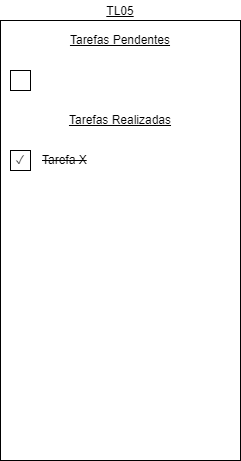
Earlier version of the draw.io export prototipos/TL05.png (Iannarelli/roteiro01). Source tidied: cells renumbered, new cells last; positions are measured from the earlier drawing's top-left corner, leaving out a move shared by most shapes. The source it was exported from:
```xml
<mxGraphModel>
  <root>
    <mxCell id="0" />
    <mxCell id="1" parent="0" />
    <mxCell id="2" style="rounded=0;whiteSpace=wrap;html=1;" parent="1" vertex="1">
      <mxGeometry y="20" width="240" height="440" as="geometry" />
    </mxCell>
    <mxCell id="3" value="Tarefas Pendentes" style="text;html=1;align=center;verticalAlign=middle;whiteSpace=wrap;rounded=0;fontStyle=4;" parent="1" vertex="1">
      <mxGeometry y="20" width="240" height="40" as="geometry" />
    </mxCell>
    <mxCell id="4" value="&lt;strike&gt;Tarefa X&lt;/strike&gt;" style="text;html=1;align=left;verticalAlign=middle;whiteSpace=wrap;rounded=0;" parent="1" vertex="1">
      <mxGeometry x="40" y="140" width="180" height="40" as="geometry" />
    </mxCell>
    <mxCell id="5" style="whiteSpace=wrap;html=1;" parent="1" vertex="1">
      <mxGeometry x="10" y="70" width="20" height="20" as="geometry" />
    </mxCell>
    <mxCell id="6" style="whiteSpace=wrap;html=1;" parent="1" vertex="1">
      <mxGeometry x="10" y="150" width="20" height="20" as="geometry" />
    </mxCell>
    <mxCell id="7" value="Tarefas Realizadas" style="text;html=1;align=center;verticalAlign=middle;whiteSpace=wrap;rounded=0;fontStyle=4;" parent="1" vertex="1">
      <mxGeometry y="100" width="240" height="40" as="geometry" />
    </mxCell>
    <mxCell id="8" value="TL05" style="text;html=1;align=center;verticalAlign=bottom;whiteSpace=wrap;rounded=0;fontStyle=4;" parent="1" vertex="1">
      <mxGeometry width="240" height="20" as="geometry" />
    </mxCell>
    <mxCell id="9" value="✓" style="text;html=1;align=center;verticalAlign=middle;whiteSpace=wrap;rounded=0;" parent="1" vertex="1">
      <mxGeometry x="10" y="150" width="20" height="20" as="geometry" />
    </mxCell>
  </root>
</mxGraphModel>
```
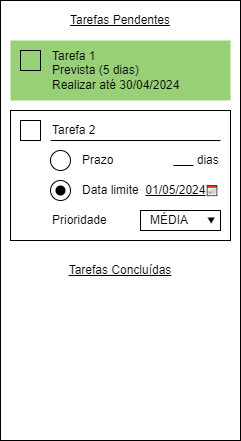
The same diagram one commit later.

What changed in the source:
```diff
@@ -3,28 +3,58 @@
     <mxCell id="0" />
     <mxCell id="1" parent="0" />
     <mxCell id="2" style="rounded=0;whiteSpace=wrap;html=1;" parent="1" vertex="1">
-      <mxGeometry y="20" width="240" height="440" as="geometry" />
+      <mxGeometry x="-260" y="20" width="240" height="440" as="geometry" />
     </mxCell>
     <mxCell id="3" value="Tarefas Pendentes" style="text;html=1;align=center;verticalAlign=middle;whiteSpace=wrap;rounded=0;fontStyle=4;" parent="1" vertex="1">
-      <mxGeometry y="20" width="240" height="40" as="geometry" />
+      <mxGeometry x="-260" y="20" width="240" height="40" as="geometry" />
     </mxCell>
-    <mxCell id="4" value="&lt;strike&gt;Tarefa X&lt;/strike&gt;" style="text;html=1;align=left;verticalAlign=middle;whiteSpace=wrap;rounded=0;" parent="1" vertex="1">
-      <mxGeometry x="40" y="140" width="180" height="40" as="geometry" />
+    <mxCell id="4" value="Tarefas Concluídas" style="text;html=1;align=center;verticalAlign=middle;whiteSpace=wrap;rounded=0;fontStyle=4;fontColor=default;" parent="1" vertex="1">
+      <mxGeometry x="-260" y="270" width="240" height="40" as="geometry" />
     </mxCell>
-    <mxCell id="5" style="whiteSpace=wrap;html=1;" parent="1" vertex="1">
-      <mxGeometry x="10" y="70" width="20" height="20" as="geometry" />
+    <mxCell id="5" style="rounded=0;whiteSpace=wrap;html=1;fillColor=#97D077;strokeColor=none;gradientColor=none;fontColor=default;" parent="1" vertex="1">
+      <mxGeometry x="-250" y="60" width="220" height="60" as="geometry" />
     </mxCell>
-    <mxCell id="6" style="whiteSpace=wrap;html=1;" parent="1" vertex="1">
-      <mxGeometry x="10" y="150" width="20" height="20" as="geometry" />
+    <mxCell id="6" style="whiteSpace=wrap;html=1;fillColor=none;strokeColor=#000000;fontColor=default;" parent="1" vertex="1">
+      <mxGeometry x="-240" y="70" width="20" height="20" as="geometry" />
     </mxCell>
-    <mxCell id="7" value="Tarefas Realizadas" style="text;html=1;align=center;verticalAlign=middle;whiteSpace=wrap;rounded=0;fontStyle=4;" parent="1" vertex="1">
-      <mxGeometry y="100" width="240" height="40" as="geometry" />
+    <mxCell id="7" value="&lt;span style=&quot;font-style: normal;&quot;&gt;&lt;font&gt;Tarefa 1&lt;br&gt;Prevista (5 dias)&lt;br&gt;Realizar até 30/04/2024&lt;br&gt;&lt;/font&gt;&lt;/span&gt;" style="text;html=1;align=left;verticalAlign=middle;whiteSpace=wrap;rounded=0;fontStyle=2;fontColor=default;" parent="1" vertex="1">
+      <mxGeometry x="-210" y="70" width="170" height="40" as="geometry" />
     </mxCell>
-    <mxCell id="8" value="TL05" style="text;html=1;align=center;verticalAlign=bottom;whiteSpace=wrap;rounded=0;fontStyle=4;" parent="1" vertex="1">
-      <mxGeometry width="240" height="20" as="geometry" />
+    <mxCell id="8" style="rounded=0;whiteSpace=wrap;html=1;fontColor=default;" parent="1" vertex="1">
+      <mxGeometry x="-250" y="130" width="220" height="130" as="geometry" />
     </mxCell>
-    <mxCell id="9" value="✓" style="text;html=1;align=center;verticalAlign=middle;whiteSpace=wrap;rounded=0;" parent="1" vertex="1">
-      <mxGeometry x="10" y="150" width="20" height="20" as="geometry" />
+    <mxCell id="9" style="whiteSpace=wrap;html=1;fontColor=default;" parent="1" vertex="1">
+      <mxGeometry x="-240" y="140" width="20" height="20" as="geometry" />
     </mxCell>
+    <mxCell id="10" value="&lt;span style=&quot;font-style: normal;&quot;&gt;&lt;font&gt;Tarefa 2&lt;/font&gt;&lt;/span&gt;" style="text;html=1;align=left;verticalAlign=middle;whiteSpace=wrap;rounded=0;fontStyle=2;fontColor=default;" parent="1" vertex="1">
+      <mxGeometry x="-210" y="140" width="170" height="20" as="geometry" />
+    </mxCell>
+    <mxCell id="11" style="ellipse;whiteSpace=wrap;html=1;fontColor=default;" parent="1" vertex="1">
+      <mxGeometry x="-210" y="170" width="20" height="20" as="geometry" />
+    </mxCell>
+    <mxCell id="12" value="&lt;span style=&quot;border-color: rgb(0, 0, 0); font-family: Helvetica; font-size: 12px; font-style: normal; font-variant-ligatures: normal; font-variant-caps: normal; font-weight: 400; letter-spacing: normal; orphans: 2; text-align: left; text-indent: 0px; text-transform: none; widows: 2; word-spacing: 0px; -webkit-text-stroke-width: 0px;&quot;&gt;Prazo&amp;nbsp; &amp;nbsp; &amp;nbsp; &amp;nbsp; &amp;nbsp; &amp;nbsp; &amp;nbsp; &amp;nbsp; &amp;nbsp; &lt;/span&gt;&lt;u style=&quot;border-color: rgb(0, 0, 0); font-family: Helvetica; font-size: 12px; font-style: normal; font-variant-ligatures: normal; font-variant-caps: normal; font-weight: 400; letter-spacing: normal; orphans: 2; text-align: left; text-indent: 0px; text-transform: none; widows: 2; word-spacing: 0px; -webkit-text-stroke-width: 0px;&quot;&gt;&amp;nbsp; &amp;nbsp; &amp;nbsp;&amp;nbsp;&lt;/u&gt;&lt;span style=&quot;border-color: rgb(0, 0, 0); font-family: Helvetica; font-size: 12px; font-style: normal; font-variant-ligatures: normal; font-variant-caps: normal; font-weight: 400; letter-spacing: normal; orphans: 2; text-align: left; text-indent: 0px; text-transform: none; widows: 2; word-spacing: 0px; -webkit-text-stroke-width: 0px;&quot;&gt;&amp;nbsp;dias&lt;/span&gt;" style="text;whiteSpace=wrap;html=1;verticalAlign=middle;fontColor=default;" parent="1" vertex="1">
+      <mxGeometry x="-180" y="170" width="140" height="20" as="geometry" />
+    </mxCell>
+    <mxCell id="13" style="ellipse;whiteSpace=wrap;html=1;fontColor=default;" parent="1" vertex="1">
+      <mxGeometry x="-210" y="200" width="20" height="20" as="geometry" />
+    </mxCell>
+    <mxCell id="14" value="&lt;span style=&quot;border-color: rgb(0, 0, 0); font-family: Helvetica; font-size: 12px; font-style: normal; font-variant-ligatures: normal; font-variant-caps: normal; font-weight: 400; letter-spacing: normal; orphans: 2; text-align: left; text-indent: 0px; text-transform: none; widows: 2; word-spacing: 0px; -webkit-text-stroke-width: 0px;&quot;&gt;Data limite&amp;nbsp; &lt;u&gt;01/05/2024&lt;/u&gt;&lt;/span&gt;&lt;span style=&quot;font-family: &amp;quot;Times New Roman&amp;quot;;&quot;&gt;&lt;font style=&quot;font-size: 10px;&quot;&gt;📅&lt;/font&gt;&lt;/span&gt;" style="text;whiteSpace=wrap;html=1;verticalAlign=middle;fontColor=default;" parent="1" vertex="1">
+      <mxGeometry x="-180" y="200" width="140" height="20" as="geometry" />
+    </mxCell>
+    <mxCell id="15" style="rounded=0;whiteSpace=wrap;html=1;labelBackgroundColor=none;fontSize=12;fontColor=default;" parent="1" vertex="1">
+      <mxGeometry x="-120" y="230" width="80" height="20" as="geometry" />
+    </mxCell>
+    <mxCell id="16" value="&lt;span style=&quot;font-family: &amp;quot;Times New Roman&amp;quot;; font-size: 12px;&quot;&gt;⯆&lt;/span&gt;" style="text;whiteSpace=wrap;html=1;verticalAlign=middle;fontColor=default;fontSize=12;align=center;" parent="1" vertex="1">
+      <mxGeometry x="-58" y="230" width="18" height="20" as="geometry" />
+    </mxCell>
+    <mxCell id="17" style="endArrow=none;html=1;fontSize=12;fontColor=default;exitX=0;exitY=1;exitDx=0;exitDy=0;entryX=1;entryY=1;entryDx=0;entryDy=0;" parent="1" edge="1" source="10" target="10">
+      <mxGeometry relative="1" as="geometry" />
+    </mxCell>
+    <mxCell id="18" style="ellipse;whiteSpace=wrap;html=1;labelBorderColor=none;fontColor=default;fillStyle=solid;fillColor=#000000;strokeColor=none;" parent="1" vertex="1">
+      <mxGeometry x="-205" y="205" width="10" height="10" as="geometry" />
+    </mxCell>
+    <mxCell id="19" value="Prioridade&amp;nbsp; &amp;nbsp; &amp;nbsp; &amp;nbsp; &amp;nbsp; &amp;nbsp; &amp;nbsp;MÉDIA" style="text;whiteSpace=wrap;html=1;verticalAlign=middle;fontColor=default;" parent="1" vertex="1">
+      <mxGeometry x="-210" y="230" width="150" height="20" as="geometry" />
+    </mxCell>
   </root>
 </mxGraphModel>
```
